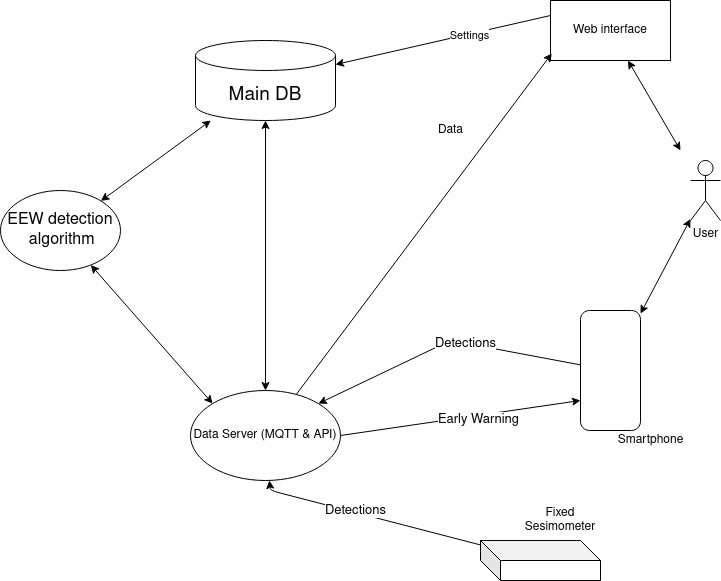
Before: Chapter-1/architettura-seismocloud.png, a diagram exported from draw.io (edoardottt/bachelor-degree-thesis). Source tidied: cells renumbered, new cells last; positions are measured from the earlier drawing's top-left corner, leaving out a move shared by most shapes.
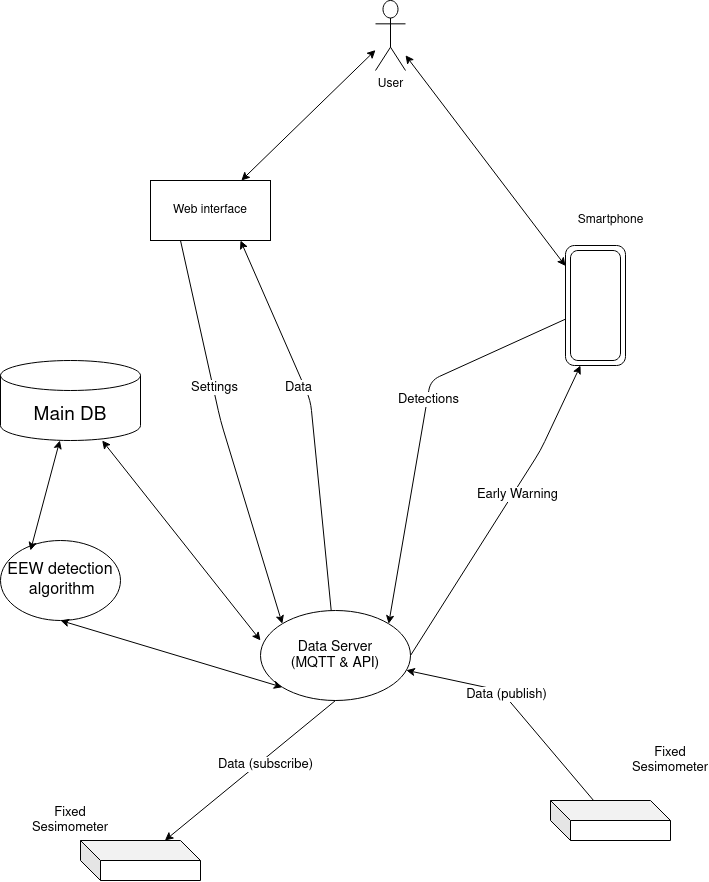
After the change.

Change to the diagram source:
```diff
@@ -3,45 +3,45 @@
     <mxCell id="0" />
     <mxCell id="1" parent="0" />
     <mxCell id="2" style="shape=cylinder2;whiteSpace=wrap;html=1;boundedLbl=1;backgroundOutline=1;size=15;" parent="1" vertex="1">
-      <mxGeometry x="195" y="40" width="140" height="80" as="geometry" />
+      <mxGeometry x="20" y="320" width="140" height="80" as="geometry" />
     </mxCell>
     <mxCell id="3" value="&lt;font style=&quot;font-size: 19px&quot;&gt;Main DB&lt;br&gt;&lt;/font&gt;" style="text;html=1;strokeColor=none;fillColor=none;align=center;verticalAlign=middle;whiteSpace=wrap;rounded=0;" parent="1" vertex="1">
-      <mxGeometry x="215" y="80" width="100" height="30" as="geometry" />
+      <mxGeometry x="40" y="360" width="100" height="30" as="geometry" />
     </mxCell>
     <mxCell id="4" value="&lt;div&gt;User&lt;/div&gt;&lt;div&gt;&lt;br&gt;&lt;/div&gt;" style="shape=umlActor;verticalLabelPosition=bottom;verticalAlign=top;html=1;outlineConnect=0;" parent="1" vertex="1">
-      <mxGeometry x="690" y="160" width="30" height="60" as="geometry" />
+      <mxGeometry x="395" y="-40" width="30" height="70" as="geometry" />
     </mxCell>
     <mxCell id="5" style="rounded=1;whiteSpace=wrap;html=1;direction=south;" parent="1" vertex="1">
-      <mxGeometry x="580" y="310" width="60" height="120" as="geometry" />
+      <mxGeometry x="585" y="205" width="60" height="120" as="geometry" />
     </mxCell>
     <mxCell id="6" style="endArrow=classic;startArrow=classic;html=1;" parent="1" edge="1" source="5" target="4">
       <mxGeometry relative="1" as="geometry" />
     </mxCell>
     <mxCell id="7" value="&lt;div&gt;Web interface&lt;/div&gt;" style="rounded=0;whiteSpace=wrap;html=1;" parent="1" vertex="1">
-      <mxGeometry x="550" width="120" height="60" as="geometry" />
+      <mxGeometry x="170" y="140" width="120" height="60" as="geometry" />
     </mxCell>
-    <mxCell id="8" style="endArrow=classic;startArrow=classic;html=1;" parent="1" edge="1" target="7">
-      <mxGeometry relative="1" as="geometry">
-        <mxPoint x="680" y="150" as="sourcePoint" />
-      </mxGeometry>
+    <mxCell id="8" style="endArrow=classic;startArrow=classic;html=1;" parent="1" edge="1" source="4" target="7">
+      <mxGeometry relative="1" as="geometry" />
     </mxCell>
     <mxCell id="9" style="shape=cube;whiteSpace=wrap;html=1;boundedLbl=1;backgroundOutline=1;darkOpacity=0.05;darkOpacity2=0.1;" parent="1" vertex="1">
-      <mxGeometry x="480" y="540" width="120" height="40" as="geometry" />
+      <mxGeometry x="570" y="760" width="120" height="40" as="geometry" />
     </mxCell>
     <mxCell id="10" value="&lt;div&gt;Smartphone&lt;/div&gt;" style="text;html=1;align=center;verticalAlign=middle;" parent="1" vertex="1">
-      <mxGeometry x="610" y="430" width="80" height="20" as="geometry" />
+      <mxGeometry x="590" y="170" width="80" height="20" as="geometry" />
     </mxCell>
-    <mxCell id="11" value="Fixed Sesimometer" style="text;html=1;strokeColor=none;fillColor=none;align=center;verticalAlign=middle;whiteSpace=wrap;rounded=0;" parent="1" vertex="1">
-      <mxGeometry x="540" y="510" width="40" height="20" as="geometry" />
+    <mxCell id="11" value="&lt;font style=&quot;font-size: 13px&quot;&gt;Fixed Sesimometer&lt;/font&gt;" style="text;html=1;strokeColor=none;fillColor=none;align=center;verticalAlign=middle;whiteSpace=wrap;rounded=0;" parent="1" vertex="1">
+      <mxGeometry x="670" y="710" width="40" height="20" as="geometry" />
     </mxCell>
     <mxCell id="12" value="&lt;div style=&quot;font-size: 16px&quot;&gt;&lt;font style=&quot;font-size: 16px&quot;&gt;EEW detection&lt;/font&gt;&lt;/div&gt;&amp;nbsp;&lt;font style=&quot;font-size: 16px&quot;&gt;algorithm&lt;/font&gt;" style="ellipse;whiteSpace=wrap;html=1;" parent="1" vertex="1">
-      <mxGeometry y="190" width="120" height="80" as="geometry" />
+      <mxGeometry x="10" y="350" width="120" height="80" as="geometry" />
     </mxCell>
-    <mxCell id="13" style="endArrow=classic;startArrow=classic;html=1;" parent="1" edge="1" source="12" target="2">
-      <mxGeometry relative="1" as="geometry" />
+    <mxCell id="13" style="endArrow=classic;startArrow=classic;html=1;" parent="1" edge="1" target="2">
+      <mxGeometry relative="1" as="geometry">
+        <mxPoint x="50" y="510" as="sourcePoint" />
+      </mxGeometry>
     </mxCell>
-    <mxCell id="14" value="Data Server (MQTT &amp;amp; API)" style="ellipse;whiteSpace=wrap;html=1;" parent="1" vertex="1">
-      <mxGeometry x="190" y="390" width="150" height="90" as="geometry" />
+    <mxCell id="14" value="&lt;div style=&quot;font-size: 14px&quot;&gt;&lt;font style=&quot;font-size: 14px&quot;&gt;Data Server &lt;br&gt;&lt;/font&gt;&lt;/div&gt;&lt;div style=&quot;font-size: 14px&quot;&gt;&lt;font style=&quot;font-size: 14px&quot;&gt;(MQTT &amp;amp; API)&lt;/font&gt;&lt;/div&gt;" style="ellipse;whiteSpace=wrap;html=1;" parent="1" vertex="1">
+      <mxGeometry x="280" y="570" width="150" height="90" as="geometry" />
     </mxCell>
     <mxCell id="15" style="endArrow=classic;html=1;entryX=1;entryY=0;entryDx=0;entryDy=0;" parent="1" edge="1" source="5" target="14">
       <mxGeometry relative="1" as="geometry">
@@ -53,8 +53,12 @@
     <mxCell id="16" value="&lt;font style=&quot;font-size: 13px&quot;&gt;Detections&lt;/font&gt;" style="edgeLabel;html=1;align=center;verticalAlign=middle;" parent="15" vertex="1">
       <mxGeometry x="-0.15" relative="1" as="geometry" />
     </mxCell>
-    <mxCell id="17" style="endArrow=classic;html=1;entryX=0.75;entryY=1;entryDx=0;entryDy=0;exitX=1;exitY=0.5;exitDx=0;exitDy=0;" parent="1" edge="1" source="14" target="5">
-      <mxGeometry relative="1" as="geometry" />
+    <mxCell id="17" style="endArrow=classic;html=1;exitX=1;exitY=0.5;exitDx=0;exitDy=0;entryX=1;entryY=0.75;entryDx=0;entryDy=0;" parent="1" edge="1" source="14" target="5">
+      <mxGeometry relative="1" as="geometry">
+        <Array as="points">
+          <mxPoint x="560" y="410" />
+        </Array>
+      </mxGeometry>
     </mxCell>
     <mxCell id="18" value="&lt;div style=&quot;font-size: 13px&quot;&gt;Early &lt;font style=&quot;font-size: 13px&quot;&gt;Warning&lt;/font&gt;&lt;/div&gt;" style="edgeLabel;html=1;align=center;verticalAlign=middle;" parent="17" vertex="1">
       <mxGeometry x="0.14" y="-3" relative="1" as="geometry" />
@@ -62,30 +66,55 @@
     <mxCell id="19" style="endArrow=classic;html=1;" parent="1" edge="1" source="9" target="14">
       <mxGeometry relative="1" as="geometry">
         <Array as="points">
-          <mxPoint x="270" y="490" />
+          <mxPoint x="520" y="650" />
         </Array>
       </mxGeometry>
     </mxCell>
-    <mxCell id="20" value="&lt;font style=&quot;font-size: 13px&quot;&gt;Detections&lt;/font&gt;" style="edgeLabel;html=1;align=center;verticalAlign=middle;" parent="19" vertex="1">
+    <mxCell id="20" value="&lt;font style=&quot;font-size: 13px&quot;&gt;Data&lt;/font&gt;&lt;font style=&quot;font-size: 13px&quot;&gt; (publish)&lt;br&gt;&lt;/font&gt;" style="edgeLabel;html=1;align=center;verticalAlign=middle;" parent="19" vertex="1">
       <mxGeometry x="0.15" y="-2" relative="1" as="geometry" />
     </mxCell>
-    <mxCell id="21" style="endArrow=classic;startArrow=classic;html=1;exitX=0;exitY=0;exitDx=0;exitDy=0;" parent="1" edge="1" source="14" target="12">
-      <mxGeometry relative="1" as="geometry" />
+    <mxCell id="21" style="endArrow=classic;startArrow=classic;html=1;exitX=0;exitY=1;exitDx=0;exitDy=0;" parent="1" edge="1" source="14">
+      <mxGeometry relative="1" as="geometry">
+        <mxPoint x="80" y="580" as="targetPoint" />
+      </mxGeometry>
     </mxCell>
-    <mxCell id="22" style="endArrow=classic;startArrow=classic;html=1;exitX=0.5;exitY=0;exitDx=0;exitDy=0;" parent="1" edge="1" source="14" target="2">
+    <mxCell id="22" style="endArrow=classic;startArrow=classic;html=1;exitX=0;exitY=0.333;exitDx=0;exitDy=0;exitPerimeter=0;" parent="1" edge="1" source="14" target="2">
       <mxGeometry relative="1" as="geometry" />
     </mxCell>
-    <mxCell id="23" style="endArrow=classic;html=1;entryX=0.011;entryY=0.883;entryDx=0;entryDy=0;entryPerimeter=0;" parent="1" edge="1" source="14" target="7">
-      <mxGeometry relative="1" as="geometry" />
+    <mxCell id="23" style="endArrow=classic;html=1;entryX=0.75;entryY=1;entryDx=0;entryDy=0;" parent="1" edge="1" source="14" target="7">
+      <mxGeometry relative="1" as="geometry">
+        <Array as="points">
+          <mxPoint x="330" y="360" />
+        </Array>
+      </mxGeometry>
     </mxCell>
-    <mxCell id="24" value="&lt;div&gt;Data&lt;/div&gt;" style="text;html=1;align=center;verticalAlign=middle;" parent="1" vertex="1">
-      <mxGeometry x="430" y="120" width="40" height="20" as="geometry" />
+    <mxCell id="24" value="&lt;font style=&quot;font-size: 13px&quot;&gt;Data&lt;/font&gt;" style="edgeLabel;html=1;align=center;verticalAlign=middle;" parent="23" vertex="1">
+      <mxGeometry x="0.19" y="6" relative="1" as="geometry" />
     </mxCell>
-    <mxCell id="25" style="endArrow=classic;html=1;exitX=0;exitY=0.25;exitDx=0;exitDy=0;" parent="1" edge="1" source="7" target="2">
-      <mxGeometry relative="1" as="geometry" />
+    <mxCell id="25" style="endArrow=classic;html=1;exitX=0.25;exitY=1;exitDx=0;exitDy=0;entryX=0;entryY=0;entryDx=0;entryDy=0;" parent="1" edge="1" source="7" target="14">
+      <mxGeometry relative="1" as="geometry">
+        <Array as="points">
+          <mxPoint x="240" y="380" />
+        </Array>
+      </mxGeometry>
     </mxCell>
-    <mxCell id="26" value="Settings" style="edgeLabel;html=1;align=center;verticalAlign=middle;" parent="25" vertex="1">
+    <mxCell id="26" value="&lt;font style=&quot;font-size: 13px&quot;&gt;Settings&lt;/font&gt;" style="edgeLabel;html=1;align=center;verticalAlign=middle;" parent="25" vertex="1">
       <mxGeometry x="-0.24" y="1" relative="1" as="geometry" />
     </mxCell>
+    <mxCell id="27" style="rounded=1;whiteSpace=wrap;html=1;direction=south;" parent="1" vertex="1">
+      <mxGeometry x="590" y="210" width="50" height="110" as="geometry" />
+    </mxCell>
+    <mxCell id="28" style="shape=cube;whiteSpace=wrap;html=1;boundedLbl=1;backgroundOutline=1;darkOpacity=0.05;darkOpacity2=0.1;" parent="1" vertex="1">
+      <mxGeometry x="100" y="800" width="120" height="40" as="geometry" />
+    </mxCell>
+    <mxCell id="29" value="&lt;font style=&quot;font-size: 13px&quot;&gt;Fixed Sesimometer&lt;/font&gt;" style="text;html=1;strokeColor=none;fillColor=none;align=center;verticalAlign=middle;whiteSpace=wrap;rounded=0;" parent="1" vertex="1">
+      <mxGeometry x="70" y="770" width="40" height="20" as="geometry" />
+    </mxCell>
+    <mxCell id="30" style="endArrow=classic;html=1;exitX=0.5;exitY=1;exitDx=0;exitDy=0;" parent="1" edge="1" source="14" target="28">
+      <mxGeometry relative="1" as="geometry" />
+    </mxCell>
+    <mxCell id="31" value="&lt;font style=&quot;font-size: 13px&quot;&gt;Data (subscribe)&lt;br&gt;&lt;/font&gt;" style="edgeLabel;html=1;align=center;verticalAlign=middle;" parent="30" vertex="1">
+      <mxGeometry x="-0.14" y="4" relative="1" as="geometry" />
+    </mxCell>
   </root>
 </mxGraphModel>
```
